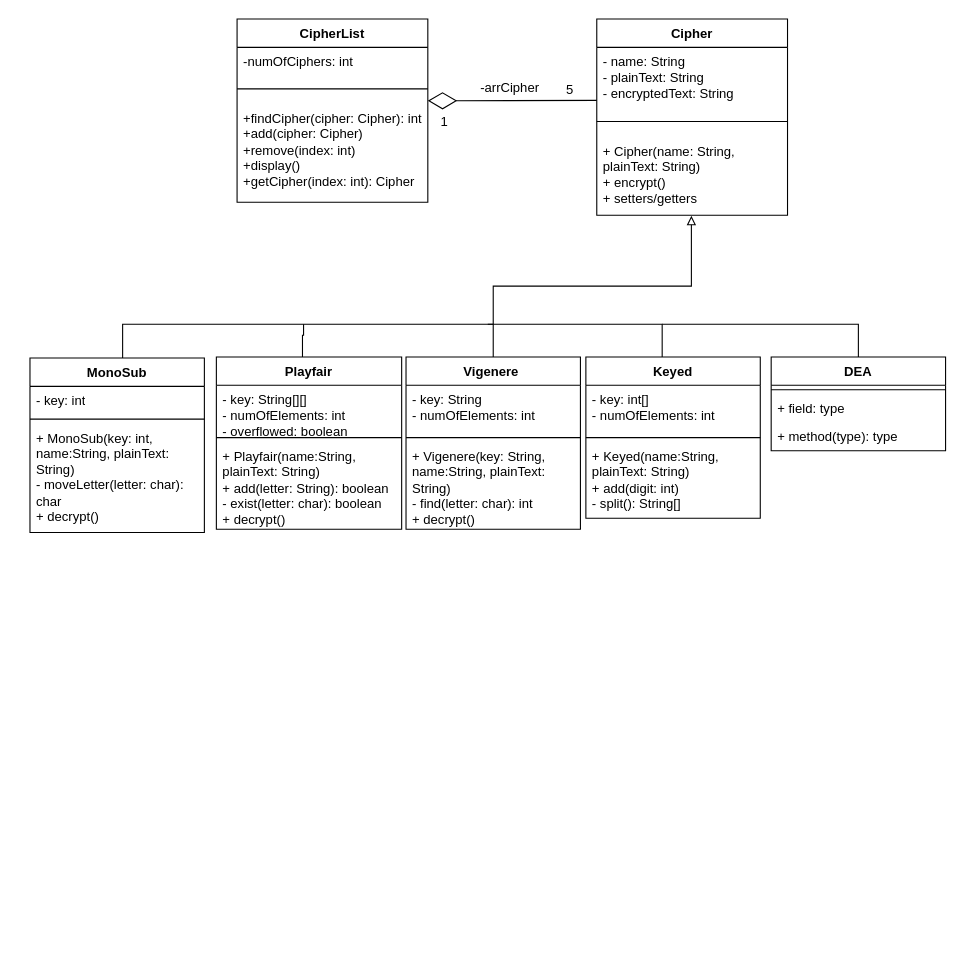
The draw.io diagram UML_CLASS_edu_cipher_program.drawio in HAQ7/educational-encryption-program, before the edit. Source tidied: cells renumbered, new cells numbered last; positions are measured from the earlier drawing's top-left corner, leaving out a move shared by most shapes. Both pictures are drawn from the tidied source at 109%, with x=0, y=0 at pixel (29, 19).
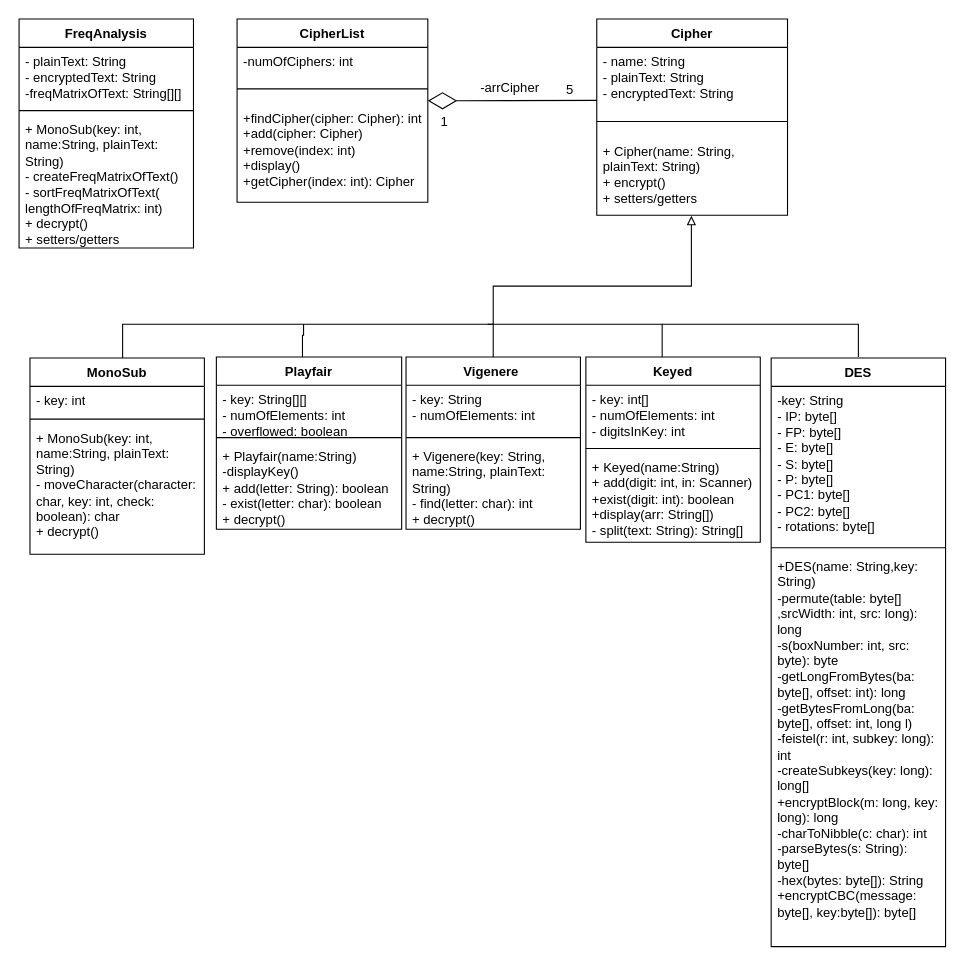
The same diagram, later.

The change refers to these unchanged cells:
```xml
<mxCell id="12" value="Playfair" style="swimlane;fontStyle=1;align=center;verticalAlign=top;horizontal=1;startSize=26;whiteSpace=wrap;html=1;" parent="1" vertex="1">
  <mxGeometry x="171" y="310" width="170" height="158" as="geometry" />
</mxCell>
```

The edit, as a diff of the source:
```diff
@@
-    <mxCell id="15" value="+ Playfair(name:String, plainText: String)&lt;br&gt;+ add(letter: String): boolean&lt;br&gt;- exist(letter: char): boolean&lt;br&gt;+ decrypt()" style="text;strokeColor=none;fillColor=none;align=left;verticalAlign=top;spacingLeft=4;spacingRight=4;overflow=hidden;whiteSpace=wrap;html=1;" parent="12" vertex="1">
+    <mxCell id="15" value="+ Playfair(name:String)&lt;br&gt;-displayKey()&lt;br&gt;+ add(letter: String): boolean&lt;br&gt;- exist(letter: char): boolean&lt;br&gt;+ decrypt()" style="text;strokeColor=none;fillColor=none;align=left;verticalAlign=top;spacingLeft=4;spacingRight=4;overflow=hidden;whiteSpace=wrap;html=1;" parent="12" vertex="1">
       <mxGeometry y="78" width="170" height="80" as="geometry" />
     </mxCell>
@@
     <mxCell id="17" value="MonoSub" style="swimlane;fontStyle=1;align=center;verticalAlign=top;horizontal=1;startSize=26;whiteSpace=wrap;html=1;" parent="1" vertex="1">
-      <mxGeometry y="311" width="160" height="160" as="geometry" />
+      <mxGeometry y="311" width="160" height="180" as="geometry" />
     </mxCell>
@@
-    <mxCell id="20" value="+ MonoSub(key: int, name:String, plainText: String)&lt;br&gt;- moveLetter(letter: char): char&lt;br&gt;+ decrypt()" style="text;strokeColor=none;fillColor=none;align=left;verticalAlign=top;spacingLeft=4;spacingRight=4;overflow=hidden;whiteSpace=wrap;html=1;" parent="17" vertex="1">
-      <mxGeometry y="60" width="160" height="100" as="geometry" />
+    <mxCell id="20" value="+ MonoSub(key: int, name:String, plainText: String)&lt;br&gt;- moveCharacter&lt;span style=&quot;background-color: initial;&quot;&gt;(character: char, key: int, check: boolean): char&lt;/span&gt;&lt;br&gt;+ decrypt()" style="text;strokeColor=none;fillColor=none;align=left;verticalAlign=top;spacingLeft=4;spacingRight=4;overflow=hidden;whiteSpace=wrap;html=1;" parent="17" vertex="1">
+      <mxGeometry y="60" width="160" height="120" as="geometry" />
     </mxCell>
@@
     <mxCell id="22" value="Keyed" style="swimlane;fontStyle=1;align=center;verticalAlign=top;horizontal=1;startSize=26;whiteSpace=wrap;html=1;" parent="1" vertex="1">
-      <mxGeometry x="510" y="310" width="160" height="148" as="geometry" />
+      <mxGeometry x="510" y="310" width="160" height="170" as="geometry" />
     </mxCell>
-    <mxCell id="23" value="- key: int[]&lt;br&gt;- numOfElements: int" style="text;strokeColor=none;fillColor=none;align=left;verticalAlign=top;spacingLeft=4;spacingRight=4;overflow=hidden;whiteSpace=wrap;html=1;" parent="22" vertex="1">
-      <mxGeometry y="26" width="160" height="44" as="geometry" />
+    <mxCell id="23" value="- key: int[]&lt;br&gt;- numOfElements: int&lt;br&gt;- digitsInKey: int&lt;br&gt;&lt;span style=&quot;color: rgb(220, 220, 170); background-color: rgb(30, 30, 30); font-family: Consolas, &amp;quot;Courier New&amp;quot;, monospace; font-size: 14px; white-space: pre;&quot;&gt;&lt;/span&gt;" style="text;strokeColor=none;fillColor=none;align=left;verticalAlign=top;spacingLeft=4;spacingRight=4;overflow=hidden;whiteSpace=wrap;html=1;" parent="22" vertex="1">
+      <mxGeometry y="26" width="160" height="54" as="geometry" />
     </mxCell>
     <mxCell id="24" style="line;strokeWidth=1;fillColor=none;align=left;verticalAlign=middle;spacingTop=-1;spacingLeft=3;spacingRight=3;labelPosition=right;strokeColor=inherit;" parent="22" vertex="1">
-      <mxGeometry y="70" width="160" height="8" as="geometry" />
+      <mxGeometry y="80" width="160" height="8" as="geometry" />
     </mxCell>
-    <mxCell id="25" value="+ Keyed(name:String, plainText: String)&lt;br&gt;+ add(digit: int)&lt;br&gt;- split(): String[]" style="text;strokeColor=none;fillColor=none;align=left;verticalAlign=top;spacingLeft=4;spacingRight=4;overflow=hidden;whiteSpace=wrap;html=1;" parent="22" vertex="1">
-      <mxGeometry y="78" width="160" height="70" as="geometry" />
+    <mxCell id="25" value="+ Keyed(name:String)&lt;br&gt;+ add(digit: int, in: Scanner)&lt;br&gt;+exist(digit: int): boolean&lt;br&gt;+display(arr: String[])&lt;br&gt;- split(text: String): String[]" style="text;strokeColor=none;fillColor=none;align=left;verticalAlign=top;spacingLeft=4;spacingRight=4;overflow=hidden;whiteSpace=wrap;html=1;" parent="22" vertex="1">
+      <mxGeometry y="88" width="160" height="82" as="geometry" />
     </mxCell>
-    <mxCell id="26" style="edgeStyle=orthogonalEdgeStyle;rounded=0;jettySize=auto;html=1;endArrow=none;endFill=0;" parent="1" edge="1" source="27">
+    <mxCell id="26" style="edgeStyle=orthogonalEdgeStyle;rounded=0;orthogonalLoop=1;jettySize=auto;html=1;endArrow=none;endFill=0;" parent="1" edge="1">
       <mxGeometry relative="1" as="geometry">
+        <mxPoint x="760" y="310" as="sourcePoint" />
         <mxPoint x="580" y="280" as="targetPoint" />
         <Array as="points">
           <mxPoint x="760" y="280" />
         </Array>
       </mxGeometry>
     </mxCell>
-    <mxCell id="27" value="DEA" style="swimlane;fontStyle=1;align=center;verticalAlign=top;horizontal=1;startSize=26;whiteSpace=wrap;html=1;" parent="1" vertex="1">
-      <mxGeometry x="680" y="310" width="160" height="86" as="geometry" />
-    </mxCell>
-    <mxCell id="28" style="line;strokeWidth=1;fillColor=none;align=left;verticalAlign=middle;spacingTop=-1;spacingLeft=3;spacingRight=3;labelPosition=right;strokeColor=inherit;" parent="27" vertex="1">
-      <mxGeometry y="26" width="160" height="8" as="geometry" />
-    </mxCell>
-    <mxCell id="29" value="+ field: type" style="text;strokeColor=none;fillColor=none;align=left;verticalAlign=top;spacingLeft=4;spacingRight=4;overflow=hidden;whiteSpace=wrap;html=1;" parent="27" vertex="1">
-      <mxGeometry y="34" width="160" height="26" as="geometry" />
-    </mxCell>
-    <mxCell id="30" value="+ method(type): type" style="text;strokeColor=none;fillColor=none;align=left;verticalAlign=top;spacingLeft=4;spacingRight=4;overflow=hidden;whiteSpace=wrap;html=1;" parent="27" vertex="1">
-      <mxGeometry y="60" width="160" height="26" as="geometry" />
-    </mxCell>
@@
+    <mxCell id="39" value="DES" style="swimlane;fontStyle=1;align=center;verticalAlign=top;horizontal=1;startSize=26;whiteSpace=wrap;html=1;" parent="1" vertex="1">
+      <mxGeometry x="680" y="311" width="160" height="540" as="geometry" />
+    </mxCell>
+    <mxCell id="40" value="-key: String&lt;br&gt;- IP: byte[]&lt;br&gt;- FP: byte[]&lt;br&gt;- E: byte[]&lt;br&gt;- S: byte[]&lt;br&gt;- P: byte[]&lt;br&gt;- PC1: byte[]&lt;br&gt;- PC2: byte[]&lt;br&gt;- rotations: byte[]" style="text;strokeColor=none;fillColor=none;align=left;verticalAlign=top;spacingLeft=4;spacingRight=4;overflow=hidden;whiteSpace=wrap;html=1;" parent="39" vertex="1">
+      <mxGeometry y="26" width="160" height="144" as="geometry" />
+    </mxCell>
+    <mxCell id="41" style="line;strokeWidth=1;fillColor=none;align=left;verticalAlign=middle;spacingTop=-1;spacingLeft=3;spacingRight=3;labelPosition=right;strokeColor=inherit;" parent="39" vertex="1">
+      <mxGeometry y="170" width="160" height="8" as="geometry" />
+    </mxCell>
+    <mxCell id="42" value="+DES(name: String,key: String)&lt;br&gt;-permute(table: byte[]&lt;br&gt;,srcWidth: int, src: long): long&lt;br&gt;-s(boxNumber: int, src: byte): byte&lt;br&gt;-getLongFromBytes(ba: byte[], offset: int): long&lt;br&gt;-getBytesFromLong(ba: byte[], offset: int, long l)&lt;br&gt;-feistel(r: int, subkey: long): int&lt;br&gt;-createSubkeys(key: long): long[]&lt;br&gt;+encryptBlock(m: long, key: long): long&lt;br&gt;-charToNibble(c: char): int&lt;br&gt;-parseBytes(s: String): byte[]&lt;br&gt;-hex(bytes: byte[]): String&lt;br&gt;+encryptCBC(message: byte[], key:byte[]): byte[]&lt;br&gt;" style="text;strokeColor=none;fillColor=none;align=left;verticalAlign=top;spacingLeft=4;spacingRight=4;overflow=hidden;whiteSpace=wrap;html=1;" parent="39" vertex="1">
+      <mxGeometry y="178" width="160" height="362" as="geometry" />
+    </mxCell>
+    <mxCell id="43" value="FreqAnalysis" style="swimlane;fontStyle=1;align=center;verticalAlign=top;horizontal=1;startSize=26;whiteSpace=wrap;html=1;" parent="1" vertex="1">
+      <mxGeometry x="-10" width="160" height="210" as="geometry" />
+    </mxCell>
+    <mxCell id="44" value="- plainText: String&lt;br style=&quot;border-color: var(--border-color);&quot;&gt;- encryptedText: String&lt;br&gt;-freqMatrixOfText: String[][]" style="text;strokeColor=none;fillColor=none;align=left;verticalAlign=top;spacingLeft=4;spacingRight=4;overflow=hidden;whiteSpace=wrap;html=1;" parent="43" vertex="1">
+      <mxGeometry y="26" width="160" height="54" as="geometry" />
+    </mxCell>
+    <mxCell id="45" style="line;strokeWidth=1;fillColor=none;align=left;verticalAlign=middle;spacingTop=-1;spacingLeft=3;spacingRight=3;labelPosition=right;strokeColor=inherit;" parent="43" vertex="1">
+      <mxGeometry y="80" width="160" height="8" as="geometry" />
+    </mxCell>
+    <mxCell id="46" value="+ MonoSub(key: int, name:String, plainText: String)&lt;br&gt;- createFreqMatrixOfText()&amp;nbsp; &lt;br&gt;- sortFreqMatrixOfText(&lt;br&gt;lengthOfFreqMatrix: int)&lt;br&gt;+ decrypt()&lt;br&gt;+ setters/getters" style="text;strokeColor=none;fillColor=none;align=left;verticalAlign=top;spacingLeft=4;spacingRight=4;overflow=hidden;whiteSpace=wrap;html=1;" parent="43" vertex="1">
+      <mxGeometry y="88" width="160" height="122" as="geometry" />
+    </mxCell>
```
